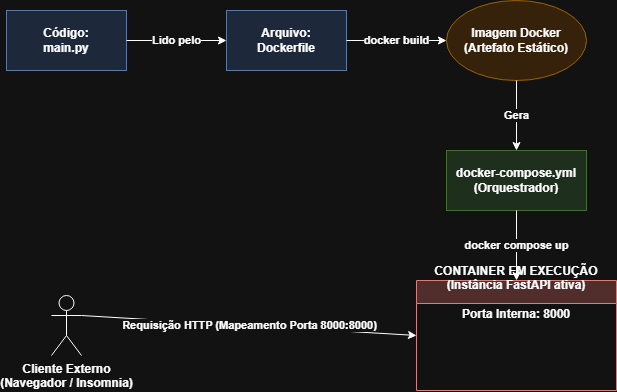
Before: diagrama_docker.drawio.png, a diagram exported from draw.io (caio-main/fastapi-docker-ebac). Source tidied: cells renumbered, new cells last; positions are measured from the earlier drawing's top-left corner, leaving out a move shared by most shapes. Source of this version:
```xml
<mxGraphModel>
  <root>
    <mxCell id="0" />
    <mxCell id="1" parent="0" />
    <mxCell id="2" value="Código:&#10;main.py" style="whiteSpace=wrap;html=1;fillColor=#dae8fc;strokeColor=#6c8ebf;fontStyle=1;" parent="1" vertex="1">
      <mxGeometry y="10" width="120" height="60" as="geometry" />
    </mxCell>
    <mxCell id="3" value="Arquivo:&#10;Dockerfile" style="whiteSpace=wrap;html=1;fillColor=#dae8fc;strokeColor=#6c8ebf;fontStyle=1;" parent="1" vertex="1">
      <mxGeometry x="220" y="10" width="120" height="60" as="geometry" />
    </mxCell>
    <mxCell id="4" value="Imagem Docker&#10;(Artefato Estático)" style="ellipse;whiteSpace=wrap;html=1;fillColor=#ffe6cc;strokeColor=#d79b00;fontStyle=1;" parent="1" vertex="1">
      <mxGeometry x="440" width="140" height="80" as="geometry" />
    </mxCell>
    <mxCell id="5" value="docker-compose.yml&#10;(Orquestrador)" style="whiteSpace=wrap;html=1;fillColor=#d5e8d4;strokeColor=#82b366;fontStyle=1;" parent="1" vertex="1">
      <mxGeometry x="440" y="150" width="140" height="60" as="geometry" />
    </mxCell>
    <mxCell id="6" value="CONTAINER EM EXECUÇÃO&#10;(Instância FastAPI ativa)&#10;&#10;Porta Interna: 8000" style="swimlane;whiteSpace=wrap;html=1;fillColor=#f8cecc;strokeColor=#b85450;fontStyle=1;" parent="1" vertex="1">
      <mxGeometry x="410" y="280" width="200" height="110" as="geometry" />
    </mxCell>
    <mxCell id="7" value="Cliente Externo&#10;(Navegador / Insomnia)" style="shape=umlActor;verticalLabelPosition=bottom;verticalAlign=top;html=1;outlineConnect=0;fontStyle=1;" parent="1" vertex="1">
      <mxGeometry x="45" y="295" width="30" height="60" as="geometry" />
    </mxCell>
    <mxCell id="8" value="Lido pelo" style="endArrow=classic;html=1;exitX=1;exitY=0.5;exitDx=0;exitDy=0;entryX=0;entryY=0.5;entryDx=0;entryDy=0;fontStyle=1;" parent="1" edge="1" source="2" target="3">
      <mxGeometry relative="1" as="geometry" />
    </mxCell>
    <mxCell id="9" value="docker build" style="endArrow=classic;html=1;exitX=1;exitY=0.5;exitDx=0;exitDy=0;entryX=0;entryY=0.5;entryDx=0;entryDy=0;fontStyle=1;" parent="1" edge="1" source="3" target="4">
      <mxGeometry relative="1" as="geometry" />
    </mxCell>
    <mxCell id="10" value="Gera" style="endArrow=classic;html=1;exitX=0.5;exitY=1;exitDx=0;exitDy=0;entryX=0.5;entryY=0;entryDx=0;entryDy=0;fontStyle=1;" parent="1" edge="1" source="4" target="5">
      <mxGeometry relative="1" as="geometry" />
    </mxCell>
    <mxCell id="11" value="docker compose up" style="endArrow=classic;html=1;exitX=0.5;exitY=1;exitDx=0;exitDy=0;entryX=0.5;entryY=0;entryDx=0;entryDy=0;fontStyle=1;" parent="1" edge="1" source="5" target="6">
      <mxGeometry relative="1" as="geometry" />
    </mxCell>
    <mxCell id="12" value="Requisição HTTP (Mapeamento Porta 8000:8000)" style="endArrow=classic;html=1;exitX=1;exitY=0.3333333333333333;exitDx=0;exitDy=0;exitPerimeter=0;entryX=0;entryY=0.5;entryDx=0;entryDy=0;fontStyle=1;" parent="1" edge="1" source="7" target="6">
      <mxGeometry relative="1" as="geometry" />
    </mxCell>
  </root>
</mxGraphModel>
```
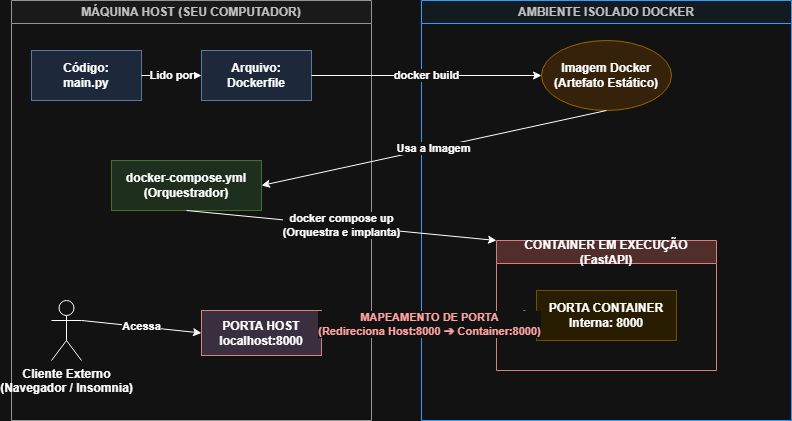
The same diagram one commit later.

Commit message:
fix: atualiza diagrama com divisao clara de host e container

What changed in the source:
```diff
@@ -2,38 +2,53 @@
   <root>
     <mxCell id="0" />
     <mxCell id="1" parent="0" />
+    <mxCell id="13" value="MÁQUINA HOST (SEU COMPUTADOR)" style="swimlane;whiteSpace=wrap;html=1;fillColor=#f5f5f5;fontColor=#333333;strokeColor=#666666;startSize=23;fontStyle=1;" parent="1" vertex="1">
+      <mxGeometry x="-40" y="-30" width="360" height="420" as="geometry" />
+    </mxCell>
-    <mxCell id="2" value="Código:&#10;main.py" style="whiteSpace=wrap;html=1;fillColor=#dae8fc;strokeColor=#6c8ebf;fontStyle=1;" parent="1" vertex="1">
-      <mxGeometry y="10" width="120" height="60" as="geometry" />
+    <mxCell id="2" value="Código:&#10;main.py" style="whiteSpace=wrap;html=1;fillColor=#dae8fc;strokeColor=#6c8ebf;fontStyle=1;" parent="13" vertex="1">
+      <mxGeometry x="20" y="50" width="110" height="50" as="geometry" />
     </mxCell>
-    <mxCell id="3" value="Arquivo:&#10;Dockerfile" style="whiteSpace=wrap;html=1;fillColor=#dae8fc;strokeColor=#6c8ebf;fontStyle=1;" parent="1" vertex="1">
-      <mxGeometry x="220" y="10" width="120" height="60" as="geometry" />
+    <mxCell id="3" value="Arquivo:&#10;Dockerfile" style="whiteSpace=wrap;html=1;fillColor=#dae8fc;strokeColor=#6c8ebf;fontStyle=1;" parent="13" vertex="1">
+      <mxGeometry x="190" y="50" width="110" height="50" as="geometry" />
     </mxCell>
+    <mxCell id="5" value="docker-compose.yml&#10;(Orquestrador)" style="whiteSpace=wrap;html=1;fillColor=#d5e8d4;strokeColor=#82b366;fontStyle=1;" parent="13" vertex="1">
+      <mxGeometry x="100" y="160" width="150" height="50" as="geometry" />
+    </mxCell>
+    <mxCell id="7" value="Cliente Externo&#10;(Navegador / Insomnia)" style="shape=umlActor;verticalLabelPosition=bottom;verticalAlign=top;html=1;outlineConnect=0;fontStyle=1;" parent="13" vertex="1">
+      <mxGeometry x="40" y="300" width="30" height="60" as="geometry" />
+    </mxCell>
+    <mxCell id="14" value="PORTA HOST&#10;localhost:8000" style="whiteSpace=wrap;html=1;fillColor=#e1d5e7;strokeColor=#b85450;fontStyle=1;" parent="13" vertex="1">
+      <mxGeometry x="190" y="310" width="120" height="45" as="geometry" />
+    </mxCell>
+    <mxCell id="8" value="Lido por" style="endArrow=classic;html=1;exitX=1;exitY=0.5;exitDx=0;exitDy=0;entryX=0;entryY=0.5;entryDx=0;entryDy=0;fontStyle=1;" parent="13" edge="1" source="2" target="3">
+      <mxGeometry relative="1" as="geometry" />
+    </mxCell>
+    <mxCell id="15" value="Acessa" style="endArrow=classic;html=1;exitX=1;exitY=0.333;exitDx=0;exitDy=0;exitPerimeter=0;entryX=0;entryY=0.5;entryDx=0;entryDy=0;fontStyle=1;" parent="13" edge="1" source="7" target="14">
+      <mxGeometry relative="1" as="geometry" />
+    </mxCell>
+    <mxCell id="16" value="AMBIENTE ISOLADO DOCKER" style="swimlane;whiteSpace=wrap;html=1;fillColor=#f0f8ff;fontColor=#333333;strokeColor=#0080ff;startSize=23;fontStyle=1;" parent="1" vertex="1">
+      <mxGeometry x="370" y="-30" width="370" height="420" as="geometry" />
+    </mxCell>
-    <mxCell id="4" value="Imagem Docker&#10;(Artefato Estático)" style="ellipse;whiteSpace=wrap;html=1;fillColor=#ffe6cc;strokeColor=#d79b00;fontStyle=1;" parent="1" vertex="1">
-      <mxGeometry x="440" width="140" height="80" as="geometry" />
+    <mxCell id="4" value="Imagem Docker&#10;(Artefato Estático)" style="ellipse;whiteSpace=wrap;html=1;fillColor=#ffe6cc;strokeColor=#d79b00;fontStyle=1;" parent="16" vertex="1">
+      <mxGeometry x="120" y="40" width="130" height="70" as="geometry" />
     </mxCell>
-    <mxCell id="5" value="docker-compose.yml&#10;(Orquestrador)" style="whiteSpace=wrap;html=1;fillColor=#d5e8d4;strokeColor=#82b366;fontStyle=1;" parent="1" vertex="1">
-      <mxGeometry x="440" y="150" width="140" height="60" as="geometry" />
-    </mxCell>
-    <mxCell id="6" value="CONTAINER EM EXECUÇÃO&#10;(Instância FastAPI ativa)&#10;&#10;Porta Interna: 8000" style="swimlane;whiteSpace=wrap;html=1;fillColor=#f8cecc;strokeColor=#b85450;fontStyle=1;" parent="1" vertex="1">
-      <mxGeometry x="410" y="280" width="200" height="110" as="geometry" />
+    <mxCell id="6" value="CONTAINER EM EXECUÇÃO (FastAPI)" style="swimlane;whiteSpace=wrap;html=1;fillColor=#f8cecc;strokeColor=#b85450;fontStyle=1;startSize=23;" parent="16" vertex="1">
+      <mxGeometry x="75" y="240" width="220" height="130" as="geometry" />
     </mxCell>
-    <mxCell id="7" value="Cliente Externo&#10;(Navegador / Insomnia)" style="shape=umlActor;verticalLabelPosition=bottom;verticalAlign=top;html=1;outlineConnect=0;fontStyle=1;" parent="1" vertex="1">
-      <mxGeometry x="45" y="295" width="30" height="60" as="geometry" />
-    </mxCell>
-    <mxCell id="8" value="Lido pelo" style="endArrow=classic;html=1;exitX=1;exitY=0.5;exitDx=0;exitDy=0;entryX=0;entryY=0.5;entryDx=0;entryDy=0;fontStyle=1;" parent="1" edge="1" source="2" target="3">
-      <mxGeometry relative="1" as="geometry" />
-    </mxCell>
+    <mxCell id="17" value="PORTA CONTAINER&#10;Interna: 8000" style="whiteSpace=wrap;html=1;fillColor=#fff2cc;strokeColor=#d6b656;fontStyle=1;" parent="6" vertex="1">
+      <mxGeometry x="40" y="50" width="140" height="50" as="geometry" />
+    </mxCell>
     <mxCell id="9" value="docker build" style="endArrow=classic;html=1;exitX=1;exitY=0.5;exitDx=0;exitDy=0;entryX=0;entryY=0.5;entryDx=0;entryDy=0;fontStyle=1;" parent="1" edge="1" source="3" target="4">
       <mxGeometry relative="1" as="geometry" />
     </mxCell>
-    <mxCell id="10" value="Gera" style="endArrow=classic;html=1;exitX=0.5;exitY=1;exitDx=0;exitDy=0;entryX=0.5;entryY=0;entryDx=0;entryDy=0;fontStyle=1;" parent="1" edge="1" source="4" target="5">
-      <mxGeometry relative="1" as="geometry" />
-    </mxCell>
-    <mxCell id="11" value="docker compose up" style="endArrow=classic;html=1;exitX=0.5;exitY=1;exitDx=0;exitDy=0;entryX=0.5;entryY=0;entryDx=0;entryDy=0;fontStyle=1;" parent="1" edge="1" source="5" target="6">
+    <mxCell id="11" value="docker compose up&#10;(Orquestra e implanta)" style="endArrow=classic;html=1;exitX=0.5;exitY=1;exitDx=0;exitDy=0;entryX=0;entryY=0;entryDx=0;entryDy=0;fontStyle=1;" parent="1" edge="1" source="5" target="6">
       <mxGeometry relative="1" as="geometry" />
     </mxCell>
-    <mxCell id="12" value="Requisição HTTP (Mapeamento Porta 8000:8000)" style="endArrow=classic;html=1;exitX=1;exitY=0.3333333333333333;exitDx=0;exitDy=0;exitPerimeter=0;entryX=0;entryY=0.5;entryDx=0;entryDy=0;fontStyle=1;" parent="1" edge="1" source="7" target="6">
+    <mxCell id="12" value="Usa a Imagem" style="endArrow=classic;html=1;exitX=0.5;exitY=1;exitDx=0;exitDy=0;entryX=1;entryY=0.5;entryDx=0;entryDy=0;fontStyle=1;" parent="1" edge="1" source="4" target="5">
       <mxGeometry relative="1" as="geometry" />
     </mxCell>
+    <mxCell id="18" value="MAPEAMENTO DE PORTA&#10;(Redireciona Host:8000 ➔ Container:8000)" style="endArrow=classic;html=1;exitX=1;exitY=0.5;exitDx=0;exitDy=0;entryX=0;entryY=0.5;entryDx=0;entryDy=0;fontColor=#cc0000;strokeColor=#ff0000;strokeWidth=2;fontStyle=1;" parent="1" edge="1" source="14" target="17">
+      <mxGeometry relative="1" as="geometry" />
+    </mxCell>
   </root>
 </mxGraphModel>
```
